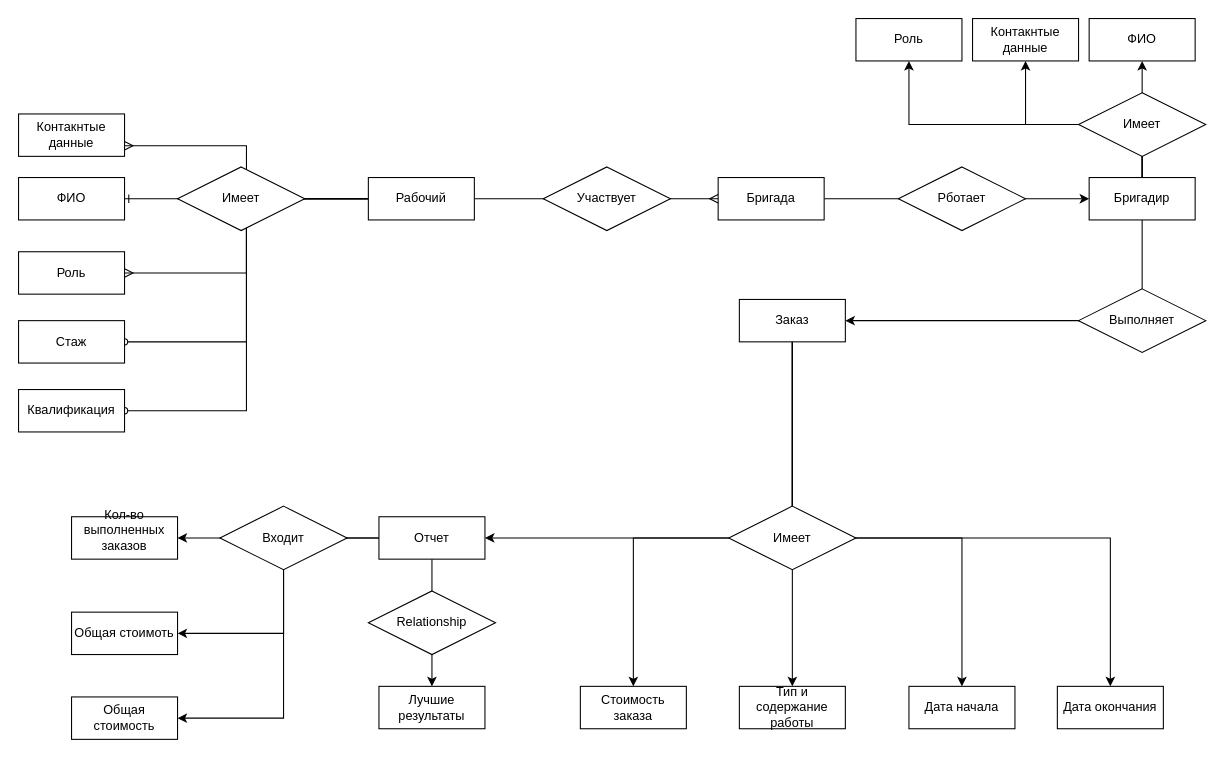
This is Диаграмма без названия.drawio from ShyGirl95/frontend-project-46, a draw.io file, before an edit. Source tidied: cells renumbered, new cells numbered last; positions are measured from the earlier drawing's top-left corner, leaving out a move shared by most shapes. Both pictures are drawn from the tidied source at 106%, with x=0, y=0 at pixel (18, 18).
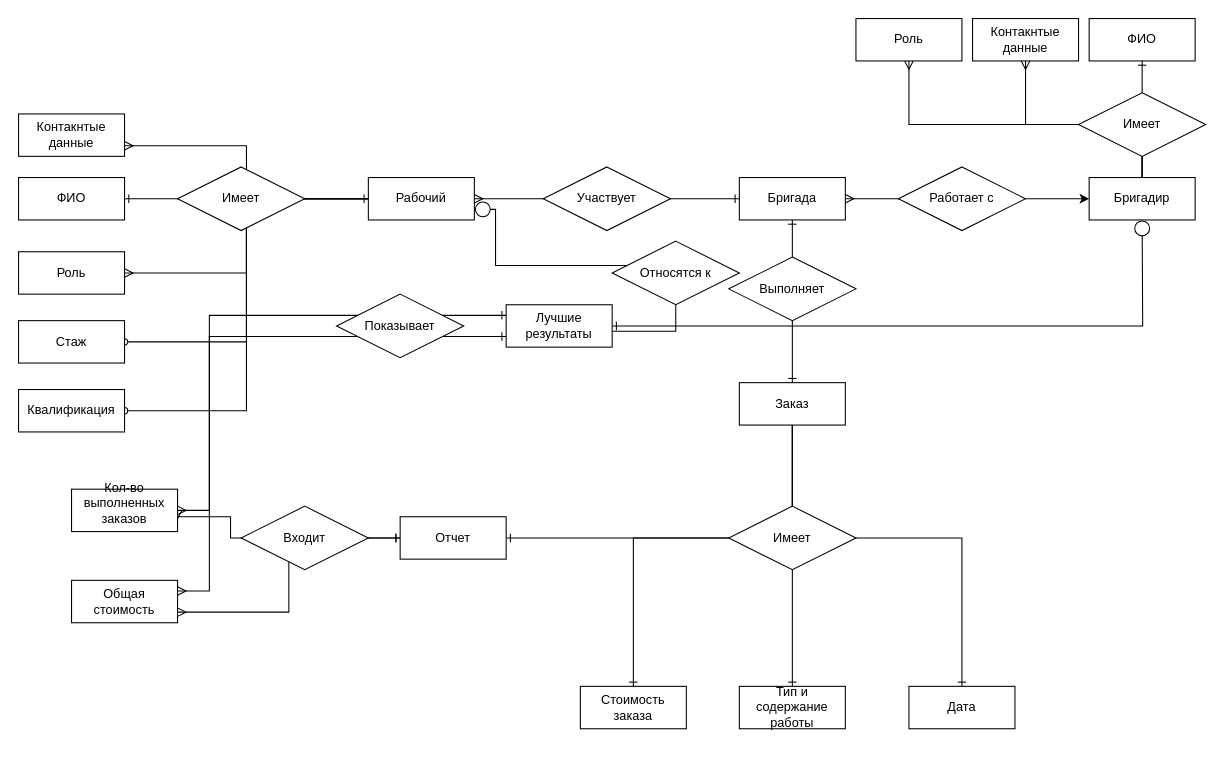
After the change.

Unchanged cells that the change refers to:
```xml
<mxCell id="8" value="Бригадир" style="whiteSpace=wrap;html=1;align=center;" parent="1" vertex="1">
  <mxGeometry x="1010" y="150" width="100" height="40" as="geometry" />
</mxCell>
<mxCell id="15" value="Рабочий" style="whiteSpace=wrap;html=1;align=center;" parent="1" vertex="1">
  <mxGeometry x="330" y="150" width="100" height="40" as="geometry" />
</mxCell>
<mxCell id="22" value="Тип и содержание работы" style="whiteSpace=wrap;html=1;align=center;" parent="1" vertex="1">
  <mxGeometry x="680" y="630" width="100" height="40" as="geometry" />
</mxCell>
<mxCell id="23" value="Стоимость заказа" style="whiteSpace=wrap;html=1;align=center;" parent="1" vertex="1">
  <mxGeometry x="530" y="630" width="100" height="40" as="geometry" />
</mxCell>
<mxCell id="28" value="Квалификация" style="whiteSpace=wrap;html=1;align=center;" parent="1" vertex="1">
  <mxGeometry y="350" width="100" height="40" as="geometry" />
</mxCell>
<mxCell id="42" value="Имеет" style="shape=rhombus;perimeter=rhombusPerimeter;whiteSpace=wrap;html=1;align=center;" parent="1" vertex="1">
  <mxGeometry x="670" y="460" width="120" height="60" as="geometry" />
</mxCell>
<mxCell id="46" value="ФИО" style="whiteSpace=wrap;html=1;align=center;" parent="1" vertex="1">
  <mxGeometry x="1010" width="100" height="40" as="geometry" />
</mxCell>
<mxCell id="47" value="Контакнтые данные" style="whiteSpace=wrap;html=1;align=center;" parent="1" vertex="1">
  <mxGeometry x="900" width="100" height="40" as="geometry" />
</mxCell>
<mxCell id="48" value="Роль" style="whiteSpace=wrap;html=1;align=center;" parent="1" vertex="1">
  <mxGeometry x="790" width="100" height="40" as="geometry" />
</mxCell>
```

Diff of the diagram source:
```diff
@@
-    <mxCell id="2" style="edgeStyle=orthogonalEdgeStyle;rounded=0;jettySize=auto;html=1;" parent="1" edge="1" source="3" target="8">
+    <mxCell id="2" style="edgeStyle=orthogonalEdgeStyle;rounded=0;jettySize=auto;html=1;startArrow=ERmany;startFill=0;" parent="1" edge="1" source="3" target="8">
       <mxGeometry relative="1" as="geometry" />
     </mxCell>
+    <mxCell id="51" style="edgeStyle=orthogonalEdgeStyle;rounded=0;jettySize=auto;html=1;endArrow=ERone;endFill=0;startArrow=ERone;startFill=0;" parent="1" edge="1" source="3" target="21">
+      <mxGeometry relative="1" as="geometry" />
+    </mxCell>
     <mxCell id="3" value="Бригада" style="whiteSpace=wrap;html=1;align=center;" parent="1" vertex="1">
-      <mxGeometry x="660" y="150" width="100" height="40" as="geometry" />
+      <mxGeometry x="680" y="150" width="100" height="40" as="geometry" />
     </mxCell>
-    <mxCell id="4" style="edgeStyle=orthogonalEdgeStyle;rounded=0;jettySize=auto;html=1;entryX=0.5;entryY=1;entryDx=0;entryDy=0;" parent="1" edge="1" source="8" target="46">
-      <mxGeometry relative="1" as="geometry" />
+    <mxCell id="4" style="edgeStyle=orthogonalEdgeStyle;rounded=0;jettySize=auto;html=1;endArrow=ERone;endFill=0;" parent="1" edge="1" source="8">
+      <mxGeometry relative="1" as="geometry">
+        <mxPoint x="1060" y="40" as="targetPoint" />
+      </mxGeometry>
     </mxCell>
-    <mxCell id="5" style="edgeStyle=orthogonalEdgeStyle;rounded=0;jettySize=auto;html=1;" parent="1" edge="1" source="8" target="47">
+    <mxCell id="5" style="edgeStyle=orthogonalEdgeStyle;rounded=0;jettySize=auto;html=1;endArrow=ERmany;endFill=0;" parent="1" edge="1" source="8" target="47">
       <mxGeometry relative="1" as="geometry">
         <Array as="points">
           <mxPoint x="1060" y="100" />
           <mxPoint x="950" y="100" />
         </Array>
       </mxGeometry>
     </mxCell>
-    <mxCell id="6" style="edgeStyle=orthogonalEdgeStyle;rounded=0;jettySize=auto;html=1;" parent="1" edge="1" source="8" target="48">
+    <mxCell id="6" style="edgeStyle=orthogonalEdgeStyle;rounded=0;jettySize=auto;html=1;endArrow=ERmany;endFill=0;" parent="1" edge="1" source="8" target="48">
       <mxGeometry relative="1" as="geometry">
         <Array as="points">
           <mxPoint x="1060" y="100" />
           <mxPoint x="840" y="100" />
         </Array>
       </mxGeometry>
     </mxCell>
-    <mxCell id="7" style="edgeStyle=orthogonalEdgeStyle;rounded=0;jettySize=auto;html=1;entryX=1;entryY=0.5;entryDx=0;entryDy=0;" parent="1" edge="1" source="8" target="21">
-      <mxGeometry relative="1" as="geometry">
-        <Array as="points">
-          <mxPoint x="1060" y="285" />
-        </Array>
-      </mxGeometry>
-    </mxCell>
@@
-    <mxCell id="13" style="edgeStyle=orthogonalEdgeStyle;rounded=0;jettySize=auto;html=1;entryX=1;entryY=0.5;entryDx=0;entryDy=0;endArrow=oval;endFill=0;" parent="1" edge="1" source="15" target="28">
+    <mxCell id="13" style="edgeStyle=orthogonalEdgeStyle;rounded=0;jettySize=auto;html=1;entryX=1;entryY=0.5;entryDx=0;entryDy=0;endArrow=oval;endFill=0;startArrow=ERone;startFill=0;" parent="1" edge="1" source="15" target="28">
       <mxGeometry relative="1" as="geometry" />
     </mxCell>
-    <mxCell id="14" style="edgeStyle=orthogonalEdgeStyle;rounded=0;jettySize=auto;html=1;endArrow=ERmany;endFill=0;" parent="1" edge="1" source="15" target="3">
+    <mxCell id="14" style="edgeStyle=orthogonalEdgeStyle;rounded=0;jettySize=auto;html=1;endArrow=ERone;endFill=0;startArrow=ERmany;startFill=0;" parent="1" edge="1" source="15" target="3">
       <mxGeometry relative="1" as="geometry" />
     </mxCell>
@@
-    <mxCell id="17" style="edgeStyle=orthogonalEdgeStyle;rounded=0;jettySize=auto;html=1;" parent="1" edge="1" source="21" target="22">
+    <mxCell id="17" style="edgeStyle=orthogonalEdgeStyle;rounded=0;jettySize=auto;html=1;endArrow=ERone;endFill=0;" parent="1" edge="1" source="21" target="22">
       <mxGeometry relative="1" as="geometry" />
     </mxCell>
-    <mxCell id="18" style="edgeStyle=orthogonalEdgeStyle;rounded=0;jettySize=auto;html=1;" parent="1" edge="1" source="21" target="24">
+    <mxCell id="18" style="edgeStyle=orthogonalEdgeStyle;rounded=0;jettySize=auto;html=1;endArrow=ERone;endFill=0;" parent="1" edge="1" source="21" target="24">
       <mxGeometry relative="1" as="geometry">
         <Array as="points">
           <mxPoint x="730" y="490" />
           <mxPoint x="890" y="490" />
         </Array>
       </mxGeometry>
     </mxCell>
-    <mxCell id="19" style="edgeStyle=orthogonalEdgeStyle;rounded=0;jettySize=auto;html=1;" parent="1" edge="1" source="21" target="25">
-      <mxGeometry relative="1" as="geometry">
-        <Array as="points">
-          <mxPoint x="730" y="490" />
-          <mxPoint x="1030" y="490" />
-        </Array>
-      </mxGeometry>
-    </mxCell>
-    <mxCell id="20" style="edgeStyle=orthogonalEdgeStyle;rounded=0;jettySize=auto;html=1;entryX=1;entryY=0.5;entryDx=0;entryDy=0;" parent="1" edge="1" source="21" target="33">
+    <mxCell id="20" style="edgeStyle=orthogonalEdgeStyle;rounded=0;jettySize=auto;html=1;entryX=1;entryY=0.5;entryDx=0;entryDy=0;endArrow=ERone;endFill=0;" parent="1" edge="1" source="21" target="33">
       <mxGeometry relative="1" as="geometry">
         <Array as="points">
           <mxPoint x="730" y="490" />
         </Array>
       </mxGeometry>
     </mxCell>
     <mxCell id="21" value="Заказ" style="whiteSpace=wrap;html=1;align=center;" parent="1" vertex="1">
-      <mxGeometry x="680" y="265" width="100" height="40" as="geometry" />
+      <mxGeometry x="680" y="343.5" width="100" height="40" as="geometry" />
     </mxCell>
@@
-    <mxCell id="24" value="Дата начала" style="whiteSpace=wrap;html=1;align=center;" parent="1" vertex="1">
+    <mxCell id="24" value="Дата" style="whiteSpace=wrap;html=1;align=center;" parent="1" vertex="1">
       <mxGeometry x="840" y="630" width="100" height="40" as="geometry" />
     </mxCell>
-    <mxCell id="25" value="Дата окончания" style="whiteSpace=wrap;html=1;align=center;" parent="1" vertex="1">
-      <mxGeometry x="980" y="630" width="100" height="40" as="geometry" />
-    </mxCell>
@@
-    <mxCell id="30" style="edgeStyle=orthogonalEdgeStyle;rounded=0;jettySize=auto;html=1;entryX=1;entryY=0.5;entryDx=0;entryDy=0;" parent="1" edge="1" source="33" target="35">
-      <mxGeometry relative="1" as="geometry" />
+    <mxCell id="30" style="edgeStyle=orthogonalEdgeStyle;rounded=0;jettySize=auto;html=1;entryX=1;entryY=0.5;entryDx=0;entryDy=0;endArrow=ERmany;endFill=0;startArrow=ERone;startFill=0;" parent="1" edge="1" source="33" target="35">
+      <mxGeometry relative="1" as="geometry">
+        <Array as="points">
+          <mxPoint x="200" y="490" />
+          <mxPoint x="200" y="470" />
+          <mxPoint x="150" y="470" />
+        </Array>
+      </mxGeometry>
     </mxCell>
-    <mxCell id="31" style="edgeStyle=orthogonalEdgeStyle;rounded=0;jettySize=auto;html=1;entryX=1;entryY=0.5;entryDx=0;entryDy=0;" parent="1" edge="1" source="33" target="36">
-      <mxGeometry relative="1" as="geometry">
-        <Array as="points">
-          <mxPoint x="250" y="490" />
-          <mxPoint x="250" y="660" />
-        </Array>
-      </mxGeometry>
+    <mxCell id="31" style="edgeStyle=orthogonalEdgeStyle;rounded=0;jettySize=auto;html=1;entryX=1;entryY=0.75;entryDx=0;entryDy=0;startArrow=ERone;startFill=0;endArrow=ERmany;endFill=0;" parent="1" edge="1" source="33" target="36">
+      <mxGeometry relative="1" as="geometry" />
     </mxCell>
-    <mxCell id="32" style="edgeStyle=orthogonalEdgeStyle;rounded=0;jettySize=auto;html=1;" parent="1" edge="1" source="33" target="37">
-      <mxGeometry relative="1" as="geometry" />
-    </mxCell>
     <mxCell id="33" value="Отчет" style="whiteSpace=wrap;html=1;align=center;" parent="1" vertex="1">
-      <mxGeometry x="340" y="470" width="100" height="40" as="geometry" />
+      <mxGeometry x="360" y="470" width="100" height="40" as="geometry" />
     </mxCell>
-    <mxCell id="34" value="Общая стоимоть" style="whiteSpace=wrap;html=1;align=center;" parent="1" vertex="1">
-      <mxGeometry x="50" y="560" width="100" height="40" as="geometry" />
-    </mxCell>
+    <mxCell id="52" style="edgeStyle=orthogonalEdgeStyle;rounded=0;jettySize=auto;html=1;entryX=0;entryY=0.25;entryDx=0;entryDy=0;endArrow=ERone;endFill=0;startArrow=ERmany;startFill=0;" parent="1" edge="1" source="35" target="37">
+      <mxGeometry relative="1" as="geometry">
+        <Array as="points">
+          <mxPoint x="180" y="464" />
+          <mxPoint x="180" y="280" />
+        </Array>
+      </mxGeometry>
+    </mxCell>
     <mxCell id="35" value="Кол-во выполненных заказов&lt;div&gt;&lt;br&gt;&lt;/div&gt;" style="whiteSpace=wrap;html=1;align=center;" parent="1" vertex="1">
-      <mxGeometry x="50" y="470" width="100" height="40" as="geometry" />
+      <mxGeometry x="50" y="444" width="100" height="40" as="geometry" />
     </mxCell>
+    <mxCell id="53" style="edgeStyle=orthogonalEdgeStyle;rounded=0;jettySize=auto;html=1;entryX=0;entryY=0.75;entryDx=0;entryDy=0;endArrow=ERone;endFill=0;startArrow=ERmany;startFill=0;" parent="1" edge="1" source="36" target="37">
+      <mxGeometry relative="1" as="geometry">
+        <Array as="points">
+          <mxPoint x="180" y="540" />
+          <mxPoint x="180" y="300" />
+        </Array>
+      </mxGeometry>
+    </mxCell>
     <mxCell id="36" value="Общая стоимость" style="whiteSpace=wrap;html=1;align=center;" parent="1" vertex="1">
-      <mxGeometry x="50" y="640" width="100" height="40" as="geometry" />
+      <mxGeometry x="50" y="530" width="100" height="40" as="geometry" />
     </mxCell>
+    <mxCell id="54" style="edgeStyle=orthogonalEdgeStyle;rounded=0;jettySize=auto;html=1;entryX=1;entryY=0.75;entryDx=0;entryDy=0;endArrow=circle;endFill=0;" parent="1" edge="1" source="37" target="15">
+      <mxGeometry relative="1" as="geometry">
+        <Array as="points">
+          <mxPoint x="620" y="295" />
+          <mxPoint x="620" y="233" />
+          <mxPoint x="450" y="233" />
+          <mxPoint x="450" y="180" />
+        </Array>
+      </mxGeometry>
+    </mxCell>
+    <mxCell id="55" style="edgeStyle=orthogonalEdgeStyle;rounded=0;jettySize=auto;html=1;endArrow=circle;endFill=0;startArrow=ERone;startFill=0;" parent="1" edge="1" source="37">
+      <mxGeometry relative="1" as="geometry">
+        <mxPoint x="1060" y="190" as="targetPoint" />
+      </mxGeometry>
+    </mxCell>
     <mxCell id="37" value="Лучшие результаты" style="whiteSpace=wrap;html=1;align=center;" parent="1" vertex="1">
-      <mxGeometry x="340" y="630" width="100" height="40" as="geometry" />
+      <mxGeometry x="460" y="270" width="100" height="40" as="geometry" />
     </mxCell>
@@
-    <mxCell id="40" value="Рботает" style="shape=rhombus;perimeter=rhombusPerimeter;whiteSpace=wrap;html=1;align=center;" parent="1" vertex="1">
+    <mxCell id="40" value="Работает с" style="shape=rhombus;perimeter=rhombusPerimeter;whiteSpace=wrap;html=1;align=center;" parent="1" vertex="1">
       <mxGeometry x="830" y="140" width="120" height="60" as="geometry" />
     </mxCell>
-    <mxCell id="41" style="edgeStyle=orthogonalEdgeStyle;rounded=0;jettySize=auto;html=1;" parent="1" edge="1" source="42" target="23">
+    <mxCell id="41" style="edgeStyle=orthogonalEdgeStyle;rounded=0;jettySize=auto;html=1;endArrow=ERone;endFill=0;" parent="1" edge="1" source="42" target="23">
       <mxGeometry relative="1" as="geometry">
         <Array as="points">
           <mxPoint x="580" y="490" />
         </Array>
       </mxGeometry>
     </mxCell>
@@
-    <mxCell id="43" value="Relationship" style="shape=rhombus;perimeter=rhombusPerimeter;whiteSpace=wrap;html=1;align=center;" parent="1" vertex="1">
-      <mxGeometry x="330" y="540" width="120" height="60" as="geometry" />
-    </mxCell>
-    <mxCell id="44" style="edgeStyle=orthogonalEdgeStyle;rounded=0;jettySize=auto;html=1;entryX=1;entryY=0.5;entryDx=0;entryDy=0;" parent="1" edge="1" source="45" target="34">
-      <mxGeometry relative="1" as="geometry">
-        <Array as="points">
-          <mxPoint x="250" y="580" />
-        </Array>
-      </mxGeometry>
-    </mxCell>
     <mxCell id="45" value="Входит" style="shape=rhombus;perimeter=rhombusPerimeter;whiteSpace=wrap;html=1;align=center;" parent="1" vertex="1">
-      <mxGeometry x="190" y="460" width="120" height="60" as="geometry" />
+      <mxGeometry x="210" y="460" width="120" height="60" as="geometry" />
     </mxCell>
@@
     <mxCell id="50" value="Выполняет" style="shape=rhombus;perimeter=rhombusPerimeter;whiteSpace=wrap;html=1;align=center;" parent="1" vertex="1">
-      <mxGeometry x="1000" y="255" width="120" height="60" as="geometry" />
+      <mxGeometry x="670" y="225" width="120" height="60" as="geometry" />
     </mxCell>
+    <mxCell id="43" value="Показывает" style="shape=rhombus;perimeter=rhombusPerimeter;whiteSpace=wrap;html=1;align=center;" parent="1" vertex="1">
+      <mxGeometry x="300" y="260" width="120" height="60" as="geometry" />
+    </mxCell>
+    <mxCell id="56" value="Относятся к" style="shape=rhombus;perimeter=rhombusPerimeter;whiteSpace=wrap;html=1;align=center;" parent="1" vertex="1">
+      <mxGeometry x="560" y="210" width="120" height="60" as="geometry" />
+    </mxCell>
```
